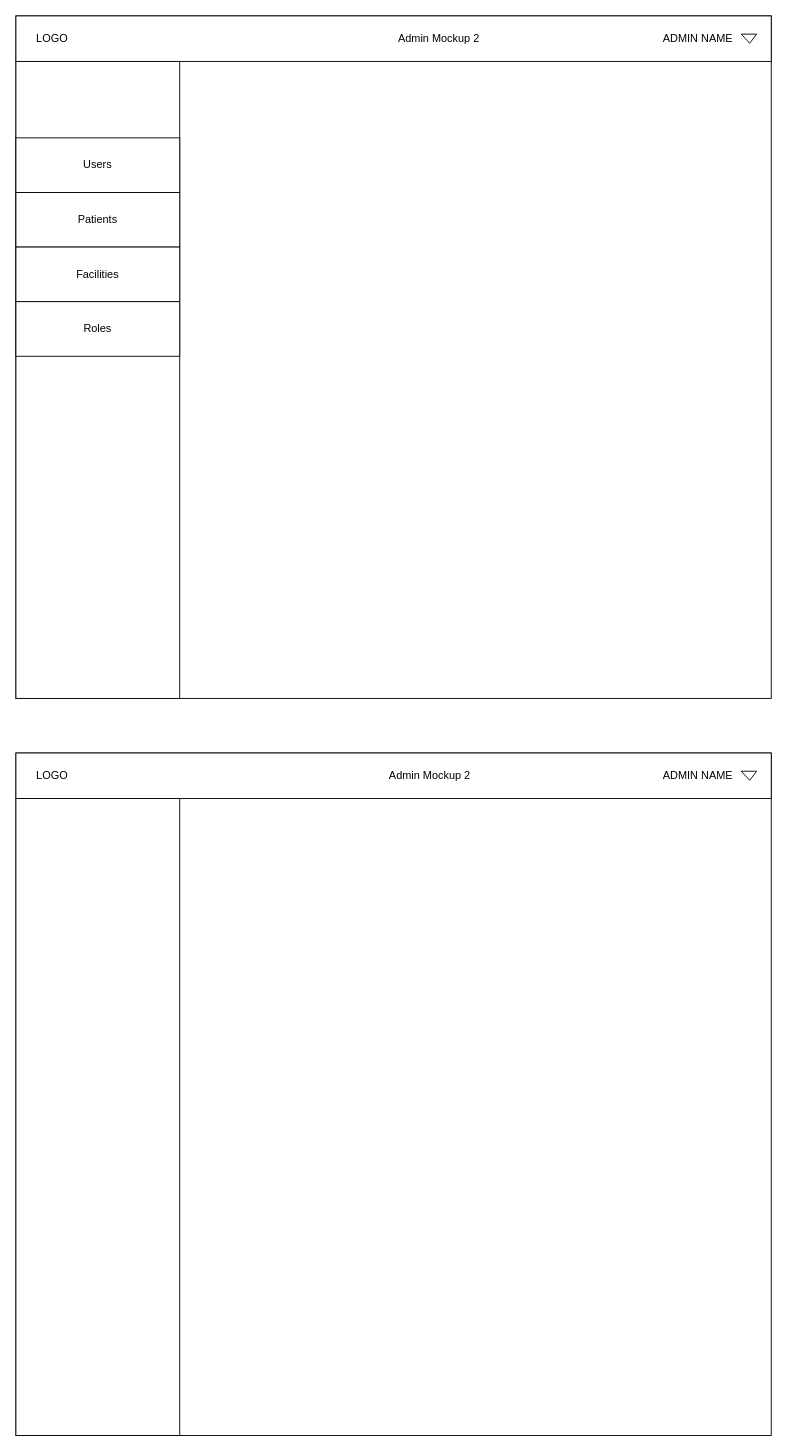
Above: page "Mockup 2" (2 of 2) of diagrams/AdminPage.drawio in empty-works/plain-emrs-no-fw (draw.io), before the change. Source tidied: cells renumbered, new cells numbered last; positions are measured from the earlier drawing's top-left corner, leaving out a move shared by most shapes. Both pictures are drawn from the tidied source at 91%, with x=0, y=0 at pixel (15, 15).
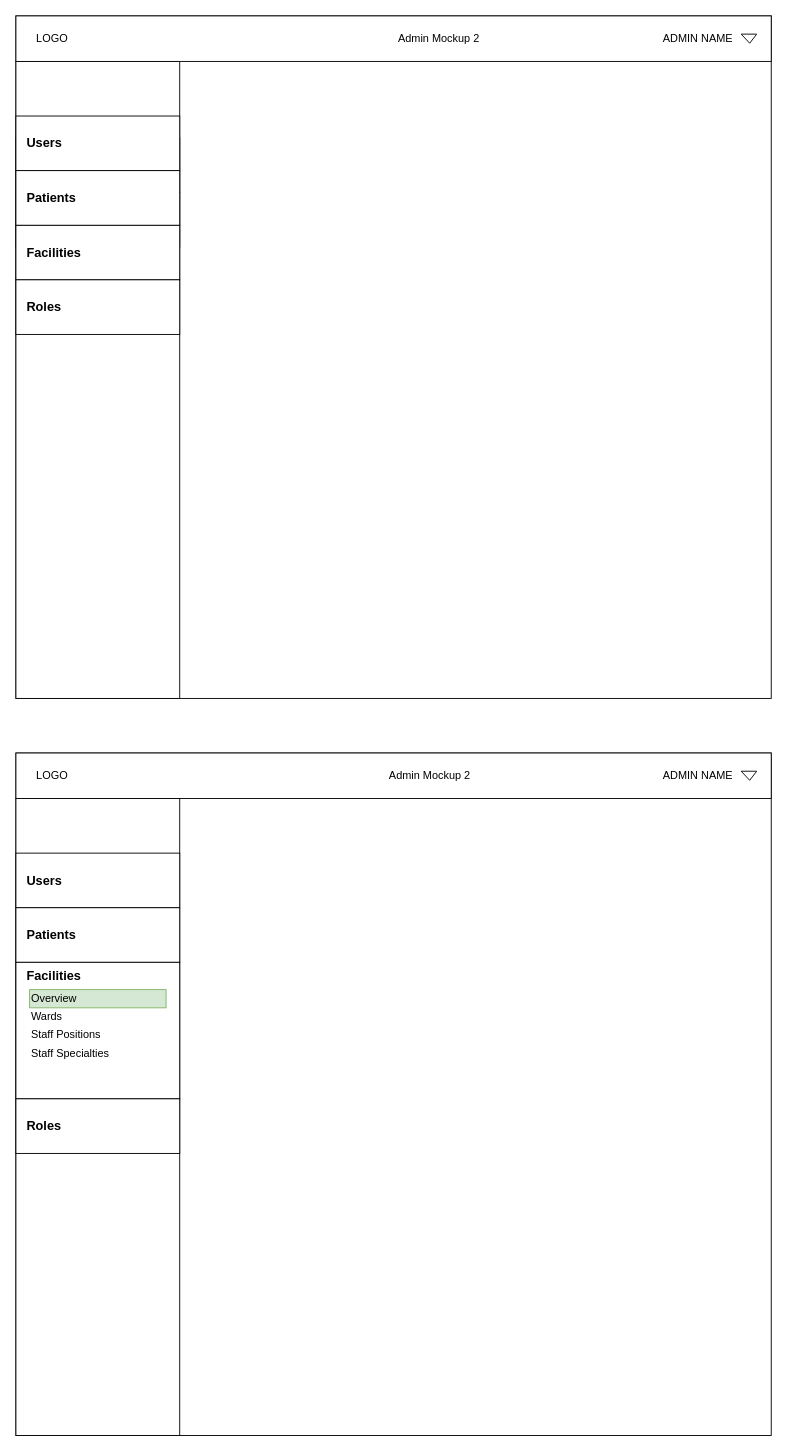
After the change.

Diff of the diagram source:
```diff
@@
-    <mxCell id="18" value="Facilities" style="rounded=0;whiteSpace=wrap;html=1;" parent="1" vertex="1">
-      <mxGeometry y="254" width="180" height="60" as="geometry" />
+    <mxCell id="18" value="Facilities" style="rounded=0;whiteSpace=wrap;html=1;align=left;spacingLeft=10;fontStyle=1;fontSize=14;" parent="1" vertex="1">
+      <mxGeometry y="230" width="180" height="60" as="geometry" />
     </mxCell>
-    <mxCell id="19" value="Roles" style="rounded=0;whiteSpace=wrap;html=1;" parent="1" vertex="1">
-      <mxGeometry y="314" width="180" height="60" as="geometry" />
+    <mxCell id="19" value="Roles" style="rounded=0;whiteSpace=wrap;html=1;align=left;spacingLeft=10;fontStyle=1;fontSize=14;" parent="1" vertex="1">
+      <mxGeometry y="290" width="180" height="60" as="geometry" />
     </mxCell>
+    <mxCell id="20" value="Users" style="rounded=0;whiteSpace=wrap;html=1;align=left;spacingLeft=10;fontSize=14;fontStyle=1;" parent="1" vertex="1">
+      <mxGeometry y="110" width="180" height="60" as="geometry" />
+    </mxCell>
+    <mxCell id="21" value="Patients" style="rounded=0;whiteSpace=wrap;html=1;align=left;spacingLeft=10;fontStyle=1;fontSize=14;" parent="1" vertex="1">
+      <mxGeometry y="170" width="180" height="60" as="geometry" />
+    </mxCell>
+    <mxCell id="22" value="Users" style="rounded=0;whiteSpace=wrap;html=1;align=left;spacingLeft=10;fontStyle=1;fontSize=14;" parent="1" vertex="1">
+      <mxGeometry y="920" width="180" height="60" as="geometry" />
+    </mxCell>
+    <mxCell id="23" value="Patients" style="rounded=0;whiteSpace=wrap;html=1;align=left;spacingLeft=10;fontStyle=1;fontSize=14;" parent="1" vertex="1">
+      <mxGeometry y="980" width="180" height="60" as="geometry" />
+    </mxCell>
+    <mxCell id="24" value="Facilities" style="rounded=0;whiteSpace=wrap;html=1;labelPosition=center;verticalLabelPosition=middle;align=left;verticalAlign=top;spacingLeft=10;fontStyle=1;fontSize=14;" parent="1" vertex="1">
+      <mxGeometry y="1040" width="180" height="150" as="geometry" />
+    </mxCell>
+    <mxCell id="25" value="Roles" style="rounded=0;whiteSpace=wrap;html=1;align=left;spacingLeft=10;fontStyle=1;fontSize=14;" parent="1" vertex="1">
+      <mxGeometry y="1190" width="180" height="60" as="geometry" />
+    </mxCell>
+    <mxCell id="26" value="Overview" style="text;html=1;strokeColor=#82b366;fillColor=#d5e8d4;align=left;verticalAlign=middle;whiteSpace=wrap;rounded=0;" parent="1" vertex="1">
+      <mxGeometry x="15" y="1070" width="150" height="20" as="geometry" />
+    </mxCell>
+    <mxCell id="27" value="Wards" style="text;html=1;strokeColor=none;fillColor=none;align=left;verticalAlign=middle;whiteSpace=wrap;rounded=0;" parent="1" vertex="1">
+      <mxGeometry x="15" y="1090" width="150" height="20" as="geometry" />
+    </mxCell>
+    <mxCell id="28" value="Staff Positions" style="text;html=1;strokeColor=none;fillColor=none;align=left;verticalAlign=middle;whiteSpace=wrap;rounded=0;" parent="1" vertex="1">
+      <mxGeometry x="15" y="1110" width="150" height="20" as="geometry" />
+    </mxCell>
+    <mxCell id="29" value="Staff Specialties" style="text;html=1;strokeColor=none;fillColor=none;align=left;verticalAlign=middle;whiteSpace=wrap;rounded=0;" parent="1" vertex="1">
+      <mxGeometry x="15" y="1130" width="150" height="20" as="geometry" />
+    </mxCell>
```
